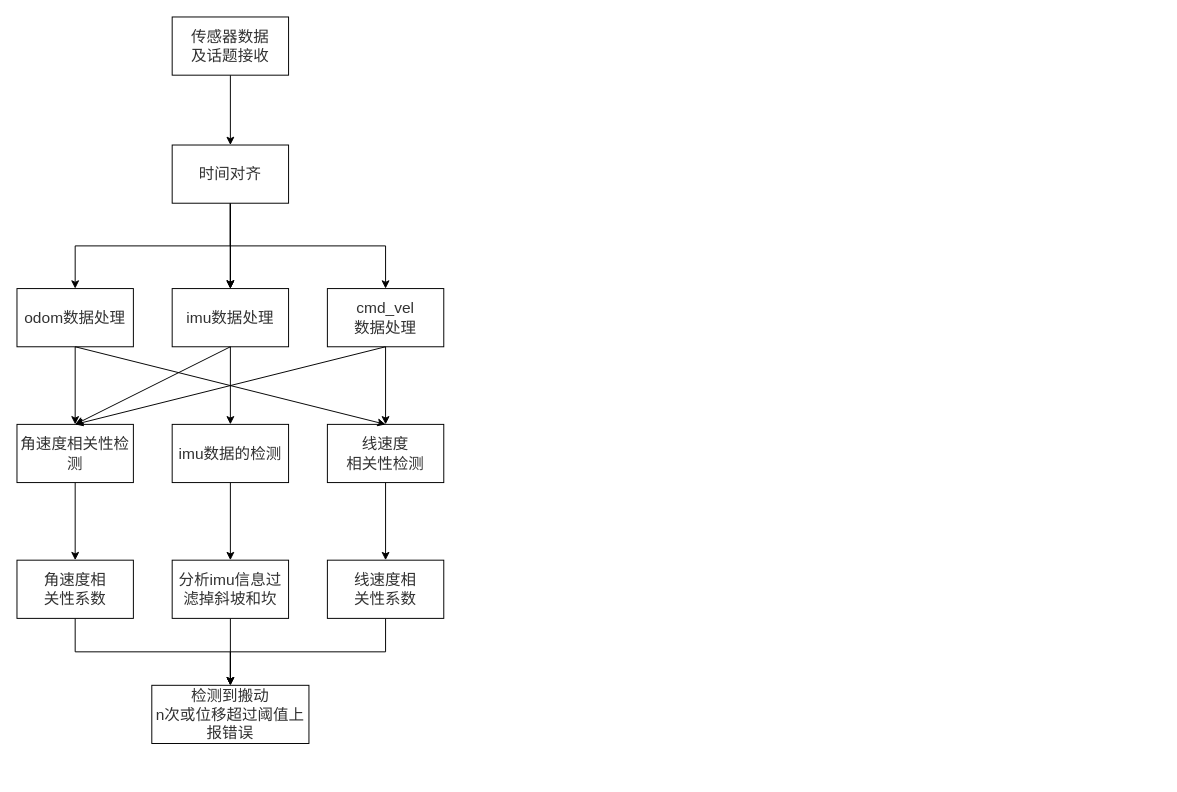
The draw.io diagram page "Page-1" (1 of 3) of 流程图.drawio in yaoif/draw.io, before the edit. Source tidied: cells renumbered, new cells numbered last; positions are measured from the earlier drawing's top-left corner, leaving out a move shared by most shapes. Both pictures are drawn from the tidied source at 97%, with x=0, y=0 at pixel (16, 16).
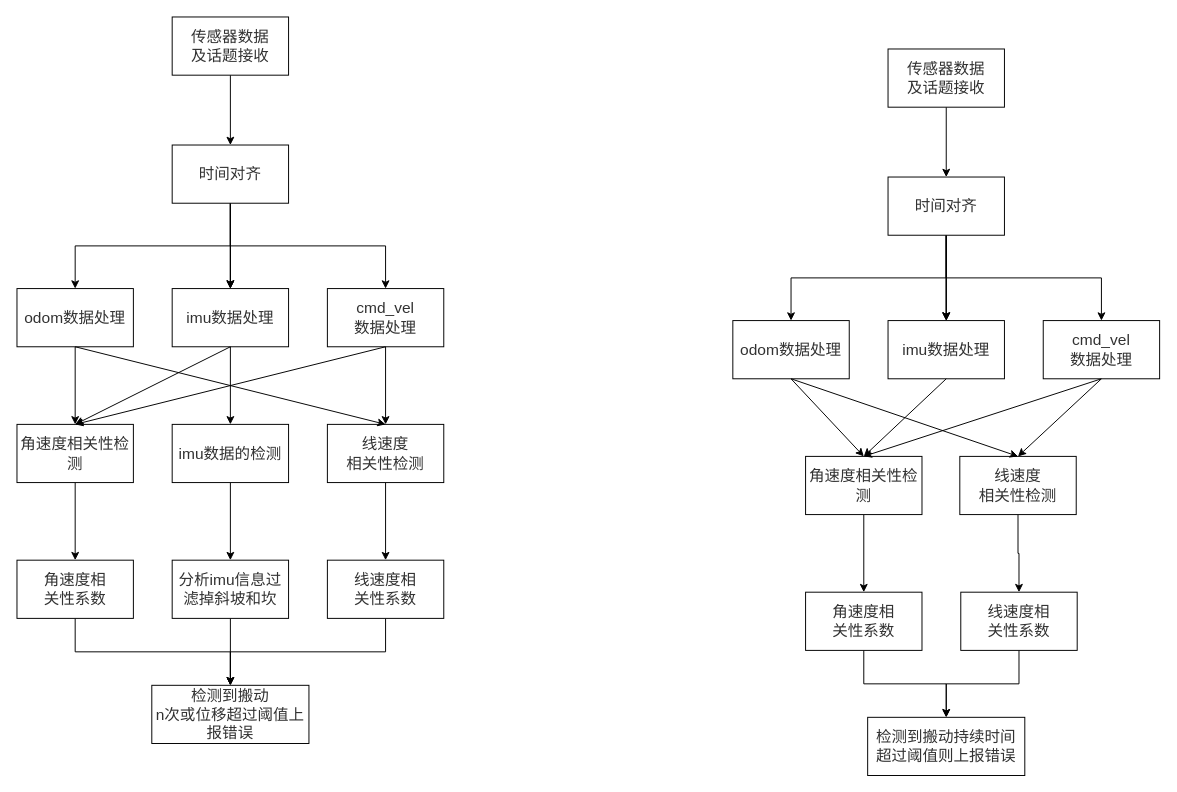
Above is the later version.

Commit message:
更新流程图.drawio

Diff of the diagram source:
```diff
@@
+    <mxCell id="32" style="edgeStyle=orthogonalEdgeStyle;rounded=0;jettySize=auto;html=1;strokeColor=default;align=center;verticalAlign=middle;fontFamily=Helvetica;fontSize=12;fontColor=default;fillColor=default;" parent="1" edge="1" source="33" target="39">
+      <mxGeometry relative="1" as="geometry" />
+    </mxCell>
+    <mxCell id="33" value="&lt;span style=&quot;color: rgb(50, 50, 50); font-family: &amp;quot;Microsoft YaHei&amp;quot;, 微软雅黑, Arial; background-color: rgba(255, 255, 255, 0.01); font-size: 16px;&quot;&gt;&lt;font style=&quot;font-size: 16px;&quot;&gt;传感器数据&lt;/font&gt;&lt;/span&gt;&lt;div style=&quot;font-size: 16px;&quot;&gt;&lt;span style=&quot;color: rgb(50, 50, 50); font-family: &amp;quot;Microsoft YaHei&amp;quot;, 微软雅黑, Arial; background-color: rgba(255, 255, 255, 0.01);&quot;&gt;&lt;font style=&quot;font-size: 16px;&quot;&gt;及话题接收&lt;/font&gt;&lt;/span&gt;&lt;/div&gt;" style="rounded=0;whiteSpace=wrap;html=1;strokeColor=default;align=center;verticalAlign=middle;fontFamily=Helvetica;fontSize=12;fontColor=default;fillColor=default;" parent="1" vertex="1">
+      <mxGeometry x="898" y="33" width="120" height="60" as="geometry" />
+    </mxCell>
+    <mxCell id="34" style="edgeStyle=orthogonalEdgeStyle;rounded=0;jettySize=auto;html=1;exitX=0.5;exitY=1;exitDx=0;exitDy=0;strokeColor=default;align=center;verticalAlign=middle;fontFamily=Helvetica;fontSize=12;fontColor=default;fillColor=default;" parent="1" edge="1" source="39" target="41">
+      <mxGeometry relative="1" as="geometry" />
+    </mxCell>
+    <mxCell id="35" style="edgeStyle=orthogonalEdgeStyle;rounded=0;jettySize=auto;html=1;strokeColor=default;align=center;verticalAlign=middle;fontFamily=Helvetica;fontSize=12;fontColor=default;fillColor=default;" parent="1" edge="1" source="39" target="42">
+      <mxGeometry relative="1" as="geometry" />
+    </mxCell>
+    <mxCell id="36" style="edgeStyle=orthogonalEdgeStyle;rounded=0;jettySize=auto;html=1;strokeColor=default;align=center;verticalAlign=middle;fontFamily=Helvetica;fontSize=12;fontColor=default;fillColor=default;" parent="1" edge="1" source="39" target="42">
+      <mxGeometry relative="1" as="geometry" />
+    </mxCell>
+    <mxCell id="37" style="edgeStyle=orthogonalEdgeStyle;rounded=0;jettySize=auto;html=1;strokeColor=default;align=center;verticalAlign=middle;fontFamily=Helvetica;fontSize=12;fontColor=default;fillColor=default;" parent="1" edge="1" source="39" target="42">
+      <mxGeometry relative="1" as="geometry" />
+    </mxCell>
+    <mxCell id="38" style="edgeStyle=orthogonalEdgeStyle;rounded=0;jettySize=auto;html=1;strokeColor=default;align=center;verticalAlign=middle;fontFamily=Helvetica;fontSize=12;fontColor=default;fillColor=default;exitX=0.5;exitY=1;exitDx=0;exitDy=0;" parent="1" edge="1" source="39" target="44">
+      <mxGeometry relative="1" as="geometry" />
+    </mxCell>
+    <mxCell id="39" value="&lt;font size=&quot;1&quot; face=&quot;Helvetica&quot; color=&quot;#323232&quot;&gt;&lt;span style=&quot;background-color: rgba(255, 255, 255, 0.01); font-size: 16px;&quot;&gt;时间对齐&lt;/span&gt;&lt;/font&gt;" style="rounded=0;whiteSpace=wrap;html=1;strokeColor=default;align=center;verticalAlign=middle;fontFamily=Helvetica;fontSize=12;fontColor=default;fillColor=default;" parent="1" vertex="1">
+      <mxGeometry x="898" y="165" width="120" height="60" as="geometry" />
+    </mxCell>
+    <mxCell id="40" style="edgeStyle=none;rounded=0;jettySize=auto;html=1;exitX=0.5;exitY=1;exitDx=0;exitDy=0;entryX=0.5;entryY=0;entryDx=0;entryDy=0;" parent="1" edge="1" source="41" target="46">
+      <mxGeometry relative="1" as="geometry" />
+    </mxCell>
+    <mxCell id="41" value="&lt;span style=&quot;color: rgb(50, 50, 50); background-color: rgba(255, 255, 255, 0.01);&quot;&gt;&lt;font style=&quot;font-size: 16px;&quot;&gt;odom数据处理&lt;/font&gt;&lt;/span&gt;" style="whiteSpace=wrap;html=1;rounded=0;strokeColor=default;align=center;verticalAlign=middle;fontFamily=Helvetica;fontSize=12;fontColor=default;fillColor=default;" parent="1" vertex="1">
+      <mxGeometry x="738" y="313" width="120" height="60" as="geometry" />
+    </mxCell>
+    <mxCell id="42" value="&lt;span style=&quot;color: rgb(50, 50, 50); background-color: rgba(255, 255, 255, 0.01);&quot;&gt;&lt;font style=&quot;font-size: 16px;&quot; face=&quot;Helvetica&quot;&gt;imu数据处理&lt;/font&gt;&lt;/span&gt;" style="whiteSpace=wrap;html=1;rounded=0;strokeColor=default;align=center;verticalAlign=middle;fontFamily=Helvetica;fontSize=12;fontColor=default;fillColor=default;" parent="1" vertex="1">
+      <mxGeometry x="898" y="313" width="120" height="60" as="geometry" />
+    </mxCell>
+    <mxCell id="43" style="edgeStyle=none;rounded=0;jettySize=auto;html=1;exitX=0.5;exitY=1;exitDx=0;exitDy=0;entryX=0.5;entryY=0;entryDx=0;entryDy=0;" parent="1" edge="1" source="44" target="48">
+      <mxGeometry relative="1" as="geometry" />
+    </mxCell>
+    <mxCell id="44" value="&lt;span style=&quot;color: rgb(50, 50, 50); background-color: rgba(255, 255, 255, 0.01);&quot;&gt;&lt;font style=&quot;font-size: 16px;&quot; face=&quot;Helvetica&quot;&gt;cmd_vel&lt;/font&gt;&lt;/span&gt;&lt;div&gt;&lt;span style=&quot;color: rgb(50, 50, 50); background-color: rgba(255, 255, 255, 0.01);&quot;&gt;&lt;font style=&quot;font-size: 16px;&quot; face=&quot;Helvetica&quot;&gt;数据处理&lt;/font&gt;&lt;/span&gt;&lt;/div&gt;" style="whiteSpace=wrap;html=1;rounded=0;strokeColor=default;align=center;verticalAlign=middle;fontFamily=Helvetica;fontSize=12;fontColor=default;fillColor=default;" parent="1" vertex="1">
+      <mxGeometry x="1058" y="313" width="120" height="60" as="geometry" />
+    </mxCell>
+    <mxCell id="45" style="edgeStyle=orthogonalEdgeStyle;rounded=0;jettySize=auto;html=1;strokeColor=default;align=center;verticalAlign=middle;fontFamily=Helvetica;fontSize=12;fontColor=default;fillColor=default;" parent="1" edge="1" source="46" target="53">
+      <mxGeometry relative="1" as="geometry" />
+    </mxCell>
+    <mxCell id="46" value="&lt;span style=&quot;color: rgb(50, 50, 50); background-color: rgba(255, 255, 255, 0.01);&quot;&gt;&lt;font style=&quot;font-size: 16px;&quot; face=&quot;Helvetica&quot;&gt;角速度相关性检测&lt;/font&gt;&lt;/span&gt;" style="whiteSpace=wrap;html=1;rounded=0;strokeColor=default;align=center;verticalAlign=middle;fontFamily=Helvetica;fontSize=12;fontColor=default;fillColor=default;" parent="1" vertex="1">
+      <mxGeometry x="813" y="453" width="120" height="60" as="geometry" />
+    </mxCell>
+    <mxCell id="47" style="edgeStyle=orthogonalEdgeStyle;rounded=0;jettySize=auto;html=1;strokeColor=default;align=center;verticalAlign=middle;fontFamily=Helvetica;fontSize=12;fontColor=default;fillColor=default;" parent="1" edge="1" source="48" target="55">
+      <mxGeometry relative="1" as="geometry" />
+    </mxCell>
+    <mxCell id="48" value="&lt;span style=&quot;color: rgb(50, 50, 50); font-family: &amp;quot;Microsoft YaHei&amp;quot;, 微软雅黑, Arial; background-color: rgba(255, 255, 255, 0.01);&quot;&gt;&lt;font style=&quot;font-size: 16px;&quot;&gt;线速度&lt;/font&gt;&lt;/span&gt;&lt;div&gt;&lt;span style=&quot;color: rgb(50, 50, 50); font-family: &amp;quot;Microsoft YaHei&amp;quot;, 微软雅黑, Arial; background-color: rgba(255, 255, 255, 0.01);&quot;&gt;&lt;font style=&quot;font-size: 16px;&quot;&gt;相关性检测&lt;/font&gt;&lt;/span&gt;&lt;/div&gt;" style="whiteSpace=wrap;html=1;rounded=0;strokeColor=default;align=center;verticalAlign=middle;fontFamily=Helvetica;fontSize=12;fontColor=default;fillColor=default;" parent="1" vertex="1">
+      <mxGeometry x="972" y="453" width="120" height="60" as="geometry" />
+    </mxCell>
+    <mxCell id="49" style="endArrow=classic;html=1;rounded=0;entryX=0.5;entryY=0;entryDx=0;entryDy=0;exitX=0.5;exitY=1;exitDx=0;exitDy=0;strokeColor=default;align=center;verticalAlign=middle;fontFamily=Helvetica;fontSize=12;fontColor=default;fillColor=default;" parent="1" edge="1" source="44" target="46">
+      <mxGeometry relative="1" as="geometry" />
+    </mxCell>
+    <mxCell id="50" style="endArrow=classic;html=1;rounded=0;exitX=0.5;exitY=1;exitDx=0;exitDy=0;entryX=0.5;entryY=0;entryDx=0;entryDy=0;strokeColor=default;align=center;verticalAlign=middle;fontFamily=Helvetica;fontSize=12;fontColor=default;fillColor=default;" parent="1" edge="1" source="42" target="46">
+      <mxGeometry relative="1" as="geometry" />
+    </mxCell>
+    <mxCell id="51" style="endArrow=classic;html=1;rounded=0;exitX=0.5;exitY=1;exitDx=0;exitDy=0;entryX=0.5;entryY=0;entryDx=0;entryDy=0;strokeColor=default;align=center;verticalAlign=middle;fontFamily=Helvetica;fontSize=12;fontColor=default;fillColor=default;" parent="1" edge="1" source="41" target="48">
+      <mxGeometry relative="1" as="geometry" />
+    </mxCell>
+    <mxCell id="52" style="edgeStyle=orthogonalEdgeStyle;rounded=0;jettySize=auto;html=1;exitX=0.5;exitY=1;exitDx=0;exitDy=0;entryX=0.5;entryY=0;entryDx=0;entryDy=0;strokeColor=default;align=center;verticalAlign=middle;fontFamily=Helvetica;fontSize=12;fontColor=default;fillColor=default;" parent="1" edge="1" source="53" target="56">
+      <mxGeometry relative="1" as="geometry" />
+    </mxCell>
+    <mxCell id="53" value="&lt;span style=&quot;color: rgb(50, 50, 50); background-color: rgba(255, 255, 255, 0.01);&quot;&gt;&lt;font style=&quot;font-size: 16px;&quot; face=&quot;Helvetica&quot;&gt;角速度相&lt;/font&gt;&lt;/span&gt;&lt;div&gt;&lt;span style=&quot;color: rgb(50, 50, 50); background-color: rgba(255, 255, 255, 0.01);&quot;&gt;&lt;font style=&quot;font-size: 16px;&quot; face=&quot;Helvetica&quot;&gt;关性系数&lt;/font&gt;&lt;/span&gt;&lt;/div&gt;" style="whiteSpace=wrap;html=1;rounded=0;strokeColor=default;align=center;verticalAlign=middle;fontFamily=Helvetica;fontSize=12;fontColor=default;fillColor=default;" parent="1" vertex="1">
+      <mxGeometry x="813" y="593" width="120" height="60" as="geometry" />
+    </mxCell>
+    <mxCell id="54" style="edgeStyle=orthogonalEdgeStyle;rounded=0;jettySize=auto;html=1;exitX=0.5;exitY=1;exitDx=0;exitDy=0;entryX=0.5;entryY=0;entryDx=0;entryDy=0;strokeColor=default;align=center;verticalAlign=middle;fontFamily=Helvetica;fontSize=12;fontColor=default;fillColor=default;" parent="1" edge="1" source="55" target="56">
+      <mxGeometry relative="1" as="geometry" />
+    </mxCell>
+    <mxCell id="55" value="&lt;span style=&quot;color: rgb(50, 50, 50); background-color: rgba(255, 255, 255, 0.01);&quot;&gt;&lt;font face=&quot;Helvetica&quot; style=&quot;font-size: 16px;&quot;&gt;线速度相&lt;/font&gt;&lt;/span&gt;&lt;div&gt;&lt;span style=&quot;color: rgb(50, 50, 50); background-color: rgba(255, 255, 255, 0.01);&quot;&gt;&lt;font face=&quot;Helvetica&quot; style=&quot;font-size: 16px;&quot;&gt;关性系数&lt;/font&gt;&lt;/span&gt;&lt;/div&gt;" style="whiteSpace=wrap;html=1;rounded=0;strokeColor=default;align=center;verticalAlign=middle;fontFamily=Helvetica;fontSize=12;fontColor=default;fillColor=default;" parent="1" vertex="1">
+      <mxGeometry x="973" y="593" width="120" height="60" as="geometry" />
+    </mxCell>
+    <mxCell id="56" value="&lt;span style=&quot;color: rgb(50, 50, 50); background-color: rgba(255, 255, 255, 0.01); font-size: 16px;&quot;&gt;&lt;font face=&quot;Helvetica&quot; style=&quot;font-size: 16px;&quot;&gt;检测到搬动&lt;/font&gt;&lt;/span&gt;&lt;span style=&quot;font-size: 16px; color: rgb(50, 50, 50); background-color: rgba(255, 255, 255, 0.01);&quot;&gt;持续时间超过阈值则&lt;/span&gt;&lt;span style=&quot;background-color: initial; font-size: 16px; font-family: Uznxu0LywHvR5mL8-cta; color: rgb(50, 50, 50);&quot;&gt;上报错误&lt;/span&gt;" style="whiteSpace=wrap;html=1;rounded=0;strokeColor=default;align=center;verticalAlign=middle;fontFamily=Helvetica;fontSize=12;fontColor=default;fillColor=default;" parent="1" vertex="1">
+      <mxGeometry x="877" y="722" width="162" height="60" as="geometry" />
+    </mxCell>
```
